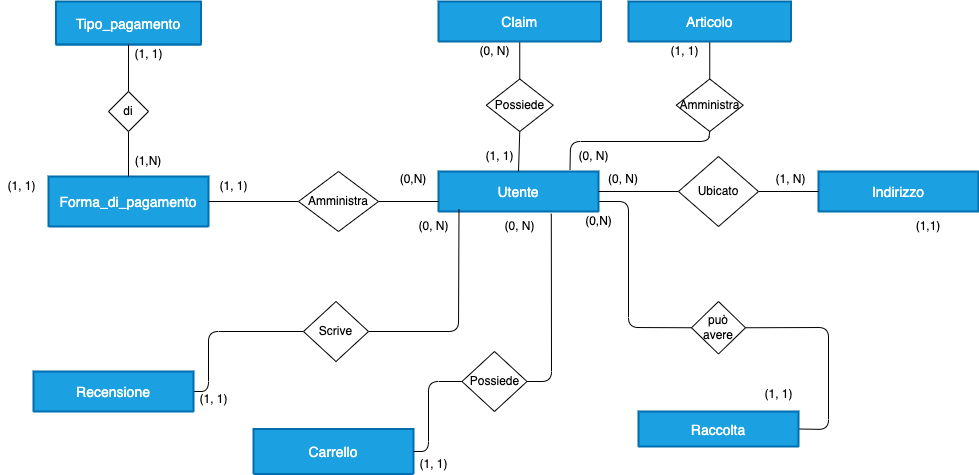
Above: doc/utente/schema_scheletro.png in EndriDomiUni/E-commerce (draw.io), before the change. Source tidied: cells renumbered, new cells last; positions are measured from the earlier drawing's top-left corner, leaving out a move shared by most shapes.
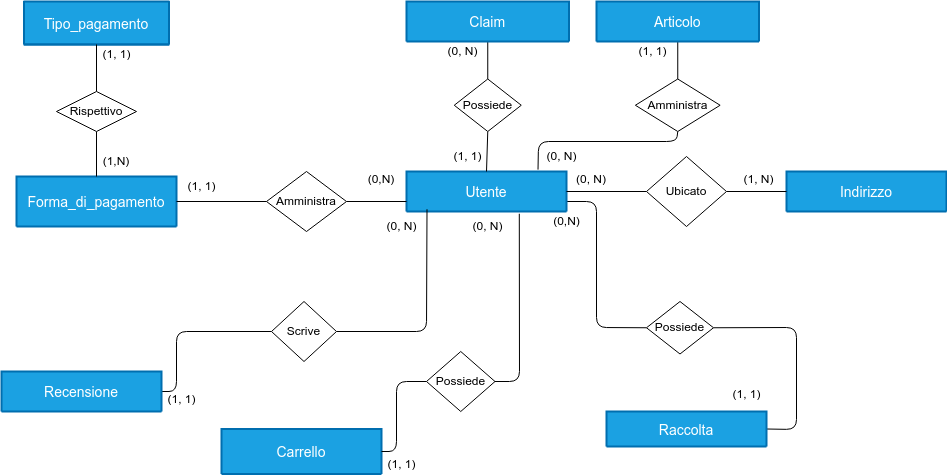
After the change.

Commit message:
Update schema utente

The edit, as a diff of the source:
```diff
@@ -51,8 +51,8 @@
     <mxCell id="15" style="edgeStyle=none;html=1;exitX=0.5;exitY=0;exitDx=0;exitDy=0;fontSize=20;endArrow=none;endFill=0;entryX=0.5;entryY=0;entryDx=0;entryDy=0;" parent="1" edge="1" source="16" target="10">
       <mxGeometry relative="1" as="geometry" />
     </mxCell>
-    <mxCell id="16" value="di" style="shape=rhombus;perimeter=rhombusPerimeter;whiteSpace=wrap;html=1;align=center;" parent="1" vertex="1">
-      <mxGeometry x="108" y="90" width="40" height="40" as="geometry" />
+    <mxCell id="16" value="Rispettivo" style="shape=rhombus;perimeter=rhombusPerimeter;whiteSpace=wrap;html=1;align=center;" parent="1" vertex="1">
+      <mxGeometry x="88" y="90" width="80" height="40" as="geometry" />
     </mxCell>
     <mxCell id="17" style="edgeStyle=none;html=1;exitX=0.5;exitY=1;exitDx=0;exitDy=0;entryX=0.5;entryY=0;entryDx=0;entryDy=0;endArrow=none;endFill=0;" parent="1" edge="1" source="18" target="3">
       <mxGeometry relative="1" as="geometry" />
@@ -72,9 +72,6 @@
     <mxCell id="22" value="(0, N)" style="text;html=1;align=center;verticalAlign=middle;points=[];strokeColor=none;fillColor=none;" parent="1" vertex="1">
       <mxGeometry x="408" y="210" width="50" height="30" as="geometry" />
     </mxCell>
-    <mxCell id="23" value="(1,1)" style="text;html=1;strokeColor=none;fillColor=none;align=center;verticalAlign=middle;whiteSpace=wrap;rounded=0;" parent="1" vertex="1">
-      <mxGeometry x="898" y="210" width="60" height="30" as="geometry" />
-    </mxCell>
     <mxCell id="24" value="(0,N)" style="text;html=1;align=center;verticalAlign=middle;strokeColor=none;fillColor=none;" parent="1" vertex="1">
       <mxGeometry x="578" y="210" width="40" height="20" as="geometry" />
     </mxCell>
@@ -96,9 +93,6 @@
     <mxCell id="30" value="(1,N)" style="text;html=1;strokeColor=none;fillColor=none;align=center;verticalAlign=middle;whiteSpace=wrap;rounded=0;" parent="1" vertex="1">
       <mxGeometry x="128" y="145" width="40" height="30" as="geometry" />
     </mxCell>
-    <mxCell id="31" value="(1, 1)" style="text;html=1;align=center;verticalAlign=middle;strokeColor=none;fillColor=none;" parent="1" vertex="1">
-      <mxGeometry x="0.5" y="175" width="40" height="20" as="geometry" />
-    </mxCell>
     <mxCell id="32" value="Claim" style="swimlane;horizontal=1;startSize=80;rounded=1;fontSize=14;fontStyle=0;strokeWidth=2;shadow=0;dashed=0;align=center;fillColor=#1ba1e2;fontColor=#ffffff;strokeColor=#006EAF;" parent="1" vertex="1">
       <mxGeometry x="438" width="162.5" height="40" as="geometry" />
     </mxCell>
@@ -113,8 +107,8 @@
         </Array>
       </mxGeometry>
     </mxCell>
-    <mxCell id="35" value="può avere" style="shape=rhombus;perimeter=rhombusPerimeter;whiteSpace=wrap;html=1;align=center;" parent="1" vertex="1">
-      <mxGeometry x="691" y="300" width="54" height="52.5" as="geometry" />
+    <mxCell id="35" value="Possiede" style="shape=rhombus;perimeter=rhombusPerimeter;whiteSpace=wrap;html=1;align=center;" parent="1" vertex="1">
+      <mxGeometry x="678" y="300" width="67" height="52.5" as="geometry" />
     </mxCell>
     <mxCell id="36" style="edgeStyle=none;html=1;exitX=0;exitY=0.5;exitDx=0;exitDy=0;entryX=1;entryY=0.5;entryDx=0;entryDy=0;endArrow=none;endFill=0;" parent="1" edge="1" source="38" target="39">
       <mxGeometry relative="1" as="geometry">
@@ -159,7 +153,7 @@
       </mxGeometry>
     </mxCell>
     <mxCell id="44" value="Possiede" style="shape=rhombus;perimeter=rhombusPerimeter;whiteSpace=wrap;html=1;align=center;" parent="1" vertex="1">
-      <mxGeometry x="461.5" y="350" width="65" height="60" as="geometry" />
+      <mxGeometry x="458" y="350" width="68.5" height="60" as="geometry" />
     </mxCell>
     <mxCell id="45" value="(1, 1)" style="text;html=1;align=center;verticalAlign=middle;strokeColor=none;fillColor=none;" parent="1" vertex="1">
       <mxGeometry x="413" y="452.5" width="40" height="20" as="geometry" />
@@ -179,7 +173,7 @@
       </mxGeometry>
     </mxCell>
     <mxCell id="49" value="Amministra" style="shape=rhombus;perimeter=rhombusPerimeter;whiteSpace=wrap;html=1;align=center;" parent="1" vertex="1">
-      <mxGeometry x="675.8" y="77.5" width="67" height="52.5" as="geometry" />
+      <mxGeometry x="666.9" y="77.5" width="84.8" height="52.5" as="geometry" />
     </mxCell>
     <mxCell id="50" style="edgeStyle=none;html=1;exitX=0.5;exitY=0;exitDx=0;exitDy=0;entryX=0.5;entryY=1;entryDx=0;entryDy=0;endArrow=none;endFill=0;" parent="1" edge="1" source="49" target="52">
       <mxGeometry relative="1" as="geometry" />
```
